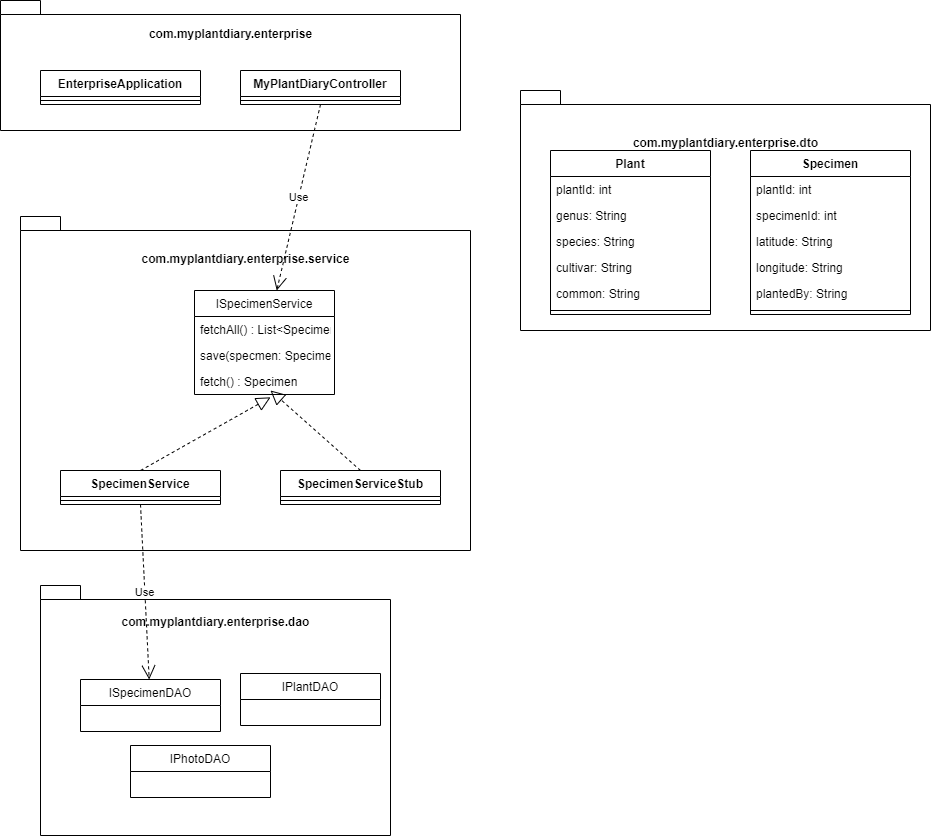
Earlier version of the draw.io export PlantDiaryClassDiagram.drawio.png (discospiff/SpringBootMicroservicesWithIntelliJIDEA). Source tidied: cells renumbered, new cells last; positions are measured from the earlier drawing's top-left corner, leaving out a move shared by most shapes. The source it was exported from:
```xml
<mxGraphModel>
  <root>
    <mxCell id="0" />
    <mxCell id="1" parent="0" />
    <mxCell id="2" value="com.myplantdiary.enterprise&lt;br&gt;&lt;br&gt;&lt;br&gt;&lt;br&gt;&lt;br&gt;&lt;br&gt;" style="shape=folder;fontStyle=1;spacingTop=10;tabWidth=40;tabHeight=14;tabPosition=left;html=1;" parent="1" vertex="1">
      <mxGeometry width="460" height="130" as="geometry" />
    </mxCell>
    <mxCell id="3" value="EnterpriseApplication" style="swimlane;fontStyle=1;align=center;verticalAlign=top;horizontal=1;startSize=26;" parent="1" vertex="1">
      <mxGeometry x="40" y="70" width="160" height="34" as="geometry" />
    </mxCell>
    <mxCell id="4" style="line;strokeWidth=1;fillColor=none;align=left;verticalAlign=middle;spacingTop=-1;spacingLeft=3;spacingRight=3;labelPosition=right;" parent="3" vertex="1">
      <mxGeometry y="26" width="160" height="8" as="geometry" />
    </mxCell>
    <mxCell id="5" value="MyPlantDiaryController" style="swimlane;fontStyle=1;align=center;verticalAlign=top;horizontal=1;startSize=26;" parent="1" vertex="1">
      <mxGeometry x="240" y="70" width="160" height="34" as="geometry" />
    </mxCell>
    <mxCell id="6" style="line;strokeWidth=1;fillColor=none;align=left;verticalAlign=middle;spacingTop=-1;spacingLeft=3;spacingRight=3;labelPosition=right;" parent="5" vertex="1">
      <mxGeometry y="26" width="160" height="8" as="geometry" />
    </mxCell>
    <mxCell id="7" value="com.myplantdiary.enterprise.dto&lt;br&gt;&lt;br&gt;&lt;br&gt;&lt;br&gt;&lt;br&gt;&lt;br&gt;&lt;br&gt;&lt;br&gt;&lt;br&gt;&lt;br&gt;&lt;br&gt;" style="shape=folder;fontStyle=1;spacingTop=10;tabWidth=40;tabHeight=14;tabPosition=left;html=1;" parent="1" vertex="1">
      <mxGeometry x="520" y="90" width="410" height="240" as="geometry" />
    </mxCell>
    <mxCell id="8" value="Plant" style="swimlane;fontStyle=1;align=center;verticalAlign=top;horizontal=1;startSize=26;" parent="1" vertex="1">
      <mxGeometry x="550" y="150" width="160" height="164" as="geometry" />
    </mxCell>
    <mxCell id="9" value="plantId: int" style="text;strokeColor=none;fillColor=none;align=left;verticalAlign=top;spacingLeft=4;spacingRight=4;overflow=hidden;" parent="8" vertex="1">
      <mxGeometry y="26" width="160" height="26" as="geometry" />
    </mxCell>
    <mxCell id="10" value="genus: String" style="text;strokeColor=none;fillColor=none;align=left;verticalAlign=top;spacingLeft=4;spacingRight=4;overflow=hidden;" parent="8" vertex="1">
      <mxGeometry y="52" width="160" height="26" as="geometry" />
    </mxCell>
    <mxCell id="11" value="species: String" style="text;strokeColor=none;fillColor=none;align=left;verticalAlign=top;spacingLeft=4;spacingRight=4;overflow=hidden;" parent="8" vertex="1">
      <mxGeometry y="78" width="160" height="26" as="geometry" />
    </mxCell>
    <mxCell id="12" value="cultivar: String" style="text;strokeColor=none;fillColor=none;align=left;verticalAlign=top;spacingLeft=4;spacingRight=4;overflow=hidden;" parent="8" vertex="1">
      <mxGeometry y="104" width="160" height="26" as="geometry" />
    </mxCell>
    <mxCell id="13" value="common: String" style="text;strokeColor=none;fillColor=none;align=left;verticalAlign=top;spacingLeft=4;spacingRight=4;overflow=hidden;" parent="8" vertex="1">
      <mxGeometry y="130" width="160" height="26" as="geometry" />
    </mxCell>
    <mxCell id="14" style="line;strokeWidth=1;fillColor=none;align=left;verticalAlign=middle;spacingTop=-1;spacingLeft=3;spacingRight=3;labelPosition=right;" parent="8" vertex="1">
      <mxGeometry y="156" width="160" height="8" as="geometry" />
    </mxCell>
    <mxCell id="15" value="Specimen" style="swimlane;fontStyle=1;align=center;verticalAlign=top;horizontal=1;startSize=26;" parent="1" vertex="1">
      <mxGeometry x="750" y="150" width="160" height="164" as="geometry" />
    </mxCell>
    <mxCell id="16" value="plantId: int" style="text;strokeColor=none;fillColor=none;align=left;verticalAlign=top;spacingLeft=4;spacingRight=4;overflow=hidden;" parent="15" vertex="1">
      <mxGeometry y="26" width="160" height="26" as="geometry" />
    </mxCell>
    <mxCell id="17" value="specimenId: int" style="text;strokeColor=none;fillColor=none;align=left;verticalAlign=top;spacingLeft=4;spacingRight=4;overflow=hidden;" parent="15" vertex="1">
      <mxGeometry y="52" width="160" height="26" as="geometry" />
    </mxCell>
    <mxCell id="18" value="latitude: String" style="text;strokeColor=none;fillColor=none;align=left;verticalAlign=top;spacingLeft=4;spacingRight=4;overflow=hidden;" parent="15" vertex="1">
      <mxGeometry y="78" width="160" height="26" as="geometry" />
    </mxCell>
    <mxCell id="19" value="longitude: String" style="text;strokeColor=none;fillColor=none;align=left;verticalAlign=top;spacingLeft=4;spacingRight=4;overflow=hidden;" parent="15" vertex="1">
      <mxGeometry y="104" width="160" height="26" as="geometry" />
    </mxCell>
    <mxCell id="20" value="plantedBy: String" style="text;strokeColor=none;fillColor=none;align=left;verticalAlign=top;spacingLeft=4;spacingRight=4;overflow=hidden;" parent="15" vertex="1">
      <mxGeometry y="130" width="160" height="26" as="geometry" />
    </mxCell>
    <mxCell id="21" style="line;strokeWidth=1;fillColor=none;align=left;verticalAlign=middle;spacingTop=-1;spacingLeft=3;spacingRight=3;labelPosition=right;" parent="15" vertex="1">
      <mxGeometry y="156" width="160" height="8" as="geometry" />
    </mxCell>
    <mxCell id="22" value="com.myplantdiary.enterprise.service&lt;br&gt;&lt;br&gt;&lt;br&gt;&lt;br&gt;&lt;br&gt;&lt;br&gt;&lt;br&gt;&lt;br&gt;&lt;br&gt;&lt;br&gt;&lt;br&gt;&lt;br&gt;&lt;br&gt;&lt;br&gt;&lt;br&gt;&lt;br&gt;&lt;br&gt;&lt;br&gt;&lt;br&gt;" style="shape=folder;fontStyle=1;spacingTop=10;tabWidth=40;tabHeight=14;tabPosition=left;html=1;" parent="1" vertex="1">
      <mxGeometry x="20" y="216" width="450" height="334" as="geometry" />
    </mxCell>
    <mxCell id="23" value="ISpecimenService" style="swimlane;fontStyle=0;horizontal=1;startSize=26;fillColor=none;" parent="1" vertex="1">
      <mxGeometry x="194" y="290" width="140" height="104" as="geometry" />
    </mxCell>
    <mxCell id="24" value="fetchAll() : List&lt;Specimen&gt;" style="text;strokeColor=none;fillColor=none;align=left;verticalAlign=top;spacingLeft=4;spacingRight=4;overflow=hidden;" parent="23" vertex="1">
      <mxGeometry y="26" width="140" height="26" as="geometry" />
    </mxCell>
    <mxCell id="25" value="save(specmen: Specimen)" style="text;strokeColor=none;fillColor=none;align=left;verticalAlign=top;spacingLeft=4;spacingRight=4;overflow=hidden;" parent="23" vertex="1">
      <mxGeometry y="52" width="140" height="26" as="geometry" />
    </mxCell>
    <mxCell id="26" value="fetch() : Specimen" style="text;strokeColor=none;fillColor=none;align=left;verticalAlign=top;spacingLeft=4;spacingRight=4;overflow=hidden;points=[[0,0.5],[1,0.5]];portConstraint=eastwest;" parent="23" vertex="1">
      <mxGeometry y="78" width="140" height="26" as="geometry" />
    </mxCell>
    <mxCell id="27" value="SpecimenService" style="swimlane;fontStyle=1;align=center;verticalAlign=top;horizontal=1;startSize=26;" parent="1" vertex="1">
      <mxGeometry x="60" y="470" width="160" height="34" as="geometry" />
    </mxCell>
    <mxCell id="28" style="line;strokeWidth=1;fillColor=none;align=left;verticalAlign=middle;spacingTop=-1;spacingLeft=3;spacingRight=3;labelPosition=right;" parent="27" vertex="1">
      <mxGeometry y="26" width="160" height="8" as="geometry" />
    </mxCell>
    <mxCell id="29" style="endArrow=block;dashed=1;endFill=0;endSize=12;html=1;rounded=0;exitX=0.5;exitY=0;exitDx=0;exitDy=0;entryX=0.543;entryY=1.108;entryDx=0;entryDy=0;entryPerimeter=0;" parent="1" edge="1" source="27" target="26">
      <mxGeometry relative="1" as="geometry" />
    </mxCell>
    <mxCell id="30" value="SpecimenServiceStub" style="swimlane;fontStyle=1;align=center;verticalAlign=top;horizontal=1;startSize=26;" parent="1" vertex="1">
      <mxGeometry x="280" y="470" width="160" height="34" as="geometry" />
    </mxCell>
    <mxCell id="31" style="line;strokeWidth=1;fillColor=none;align=left;verticalAlign=middle;spacingTop=-1;spacingLeft=3;spacingRight=3;labelPosition=right;" parent="30" vertex="1">
      <mxGeometry y="26" width="160" height="8" as="geometry" />
    </mxCell>
    <mxCell id="32" style="endArrow=block;dashed=1;endFill=0;endSize=12;html=1;rounded=0;exitX=0.5;exitY=0;exitDx=0;exitDy=0;" parent="1" edge="1" source="30">
      <mxGeometry relative="1" as="geometry">
        <mxPoint x="270" y="390" as="targetPoint" />
      </mxGeometry>
    </mxCell>
    <mxCell id="33" value="Use" style="endArrow=open;endSize=12;dashed=1;html=1;rounded=0;exitX=0.5;exitY=1;exitDx=0;exitDy=0;" parent="1" edge="1" source="5" target="23">
      <mxGeometry relative="1" as="geometry" />
    </mxCell>
    <mxCell id="34" value="com.myplantdiary.enterprise.dao&lt;br&gt;&lt;br&gt;&lt;br&gt;&lt;br&gt;&lt;br&gt;&lt;br&gt;&lt;br&gt;&lt;br&gt;&lt;br&gt;&lt;br&gt;&lt;br&gt;&lt;br&gt;&lt;br&gt;&lt;br&gt;" style="shape=folder;fontStyle=1;spacingTop=10;tabWidth=40;tabHeight=14;tabPosition=left;html=1;" parent="1" vertex="1">
      <mxGeometry x="40" y="585" width="350" height="250" as="geometry" />
    </mxCell>
    <mxCell id="35" value="ISpecimenDAO" style="swimlane;fontStyle=0;horizontal=1;startSize=26;fillColor=none;" parent="1" vertex="1">
      <mxGeometry x="80" y="679" width="140" height="52" as="geometry" />
    </mxCell>
    <mxCell id="36" value="IPlantDAO" style="swimlane;fontStyle=0;horizontal=1;startSize=26;fillColor=none;" parent="1" vertex="1">
      <mxGeometry x="240" y="673" width="140" height="52" as="geometry" />
    </mxCell>
    <mxCell id="37" value="IPhotoDAO" style="swimlane;fontStyle=0;horizontal=1;startSize=26;fillColor=none;" parent="1" vertex="1">
      <mxGeometry x="130" y="745" width="140" height="52" as="geometry" />
    </mxCell>
    <mxCell id="38" value="Use" style="endArrow=open;endSize=12;dashed=1;html=1;rounded=0;exitX=0.5;exitY=1;exitDx=0;exitDy=0;" parent="1" edge="1" source="27" target="35">
      <mxGeometry relative="1" as="geometry" />
    </mxCell>
  </root>
</mxGraphModel>
```
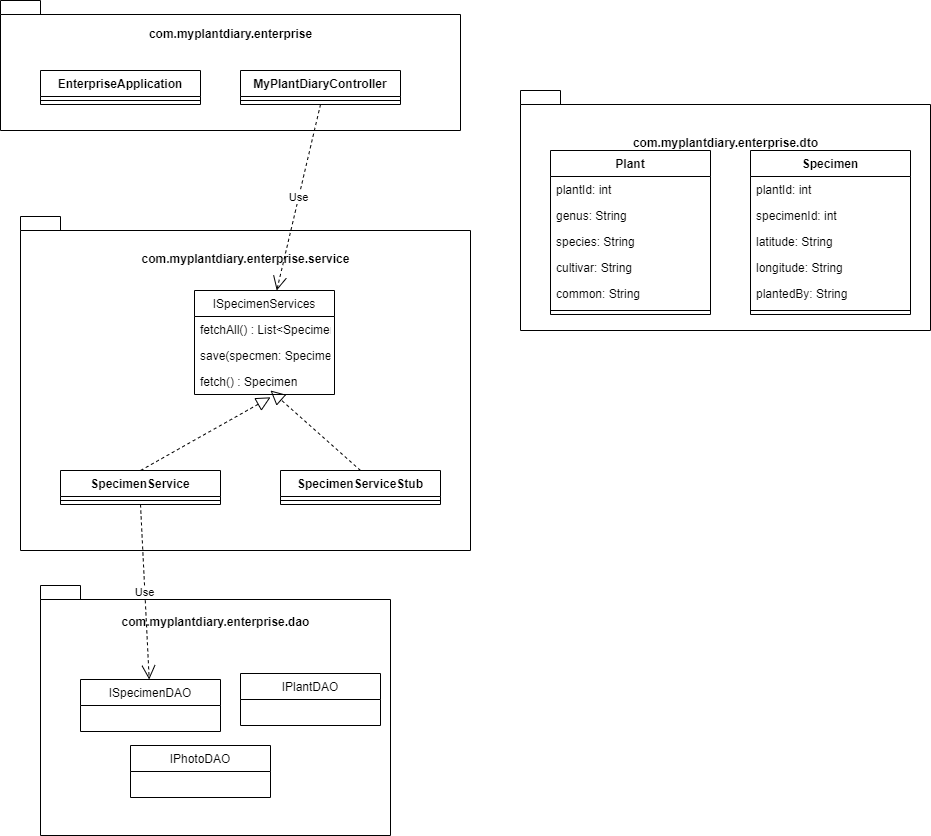
Later version of the same file.

Change to the diagram source:
```diff
@@ -65,7 +65,7 @@
     <mxCell id="22" value="com.myplantdiary.enterprise.service&lt;br&gt;&lt;br&gt;&lt;br&gt;&lt;br&gt;&lt;br&gt;&lt;br&gt;&lt;br&gt;&lt;br&gt;&lt;br&gt;&lt;br&gt;&lt;br&gt;&lt;br&gt;&lt;br&gt;&lt;br&gt;&lt;br&gt;&lt;br&gt;&lt;br&gt;&lt;br&gt;&lt;br&gt;" style="shape=folder;fontStyle=1;spacingTop=10;tabWidth=40;tabHeight=14;tabPosition=left;html=1;" parent="1" vertex="1">
       <mxGeometry x="20" y="216" width="450" height="334" as="geometry" />
     </mxCell>
-    <mxCell id="23" value="ISpecimenService" style="swimlane;fontStyle=0;horizontal=1;startSize=26;fillColor=none;" parent="1" vertex="1">
+    <mxCell id="23" value="ISpecimenServices" style="swimlane;fontStyle=0;horizontal=1;startSize=26;fillColor=none;" parent="1" vertex="1">
       <mxGeometry x="194" y="290" width="140" height="104" as="geometry" />
     </mxCell>
     <mxCell id="24" value="fetchAll() : List&lt;Specimen&gt;" style="text;strokeColor=none;fillColor=none;align=left;verticalAlign=top;spacingLeft=4;spacingRight=4;overflow=hidden;" parent="23" vertex="1">
```
